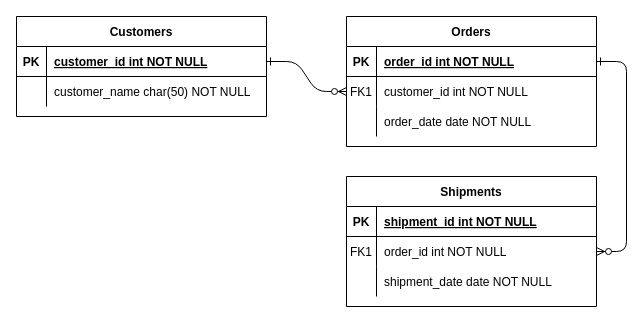
Earlier version of the draw.io diagram Untitled Diagram.drawio (jvrjsanchez/my-project). Source tidied: cells renumbered, new cells numbered last; positions are measured from the earlier drawing's top-left corner, leaving out a move shared by most shapes. Both pictures are drawn from the tidied source at 100%, with x=0, y=0 at pixel (16, 16).
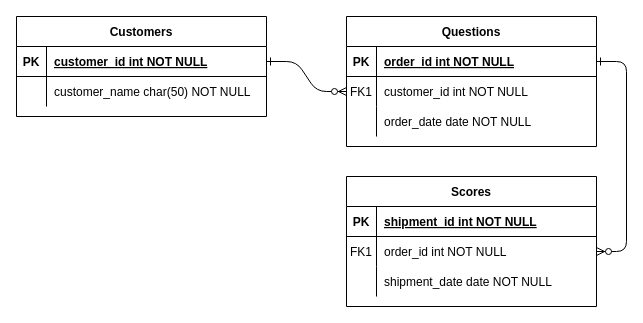
Above is the later version.

Diff of the diagram source:
```diff
@@
-    <mxCell id="4" value="Orders" style="shape=table;startSize=30;childLayout=tableLayout;rowLines=0;fontStyle=1;align=center;" parent="1" vertex="1">
+    <mxCell id="4" value="Questions" style="shape=table;startSize=30;childLayout=tableLayout;rowLines=0;fontStyle=1;align=center;" parent="1" vertex="1">
       <mxGeometry x="330" width="250" height="130" as="geometry" />
     </mxCell>
@@
-    <mxCell id="14" value="Shipments" style="shape=table;startSize=30;childLayout=tableLayout;rowLines=0;fontStyle=1;align=center;" parent="1" vertex="1">
+    <mxCell id="14" value="Scores" style="shape=table;startSize=30;childLayout=tableLayout;rowLines=0;fontStyle=1;align=center;" parent="1" vertex="1">
       <mxGeometry x="330" y="160" width="250" height="130" as="geometry" />
     </mxCell>
```
